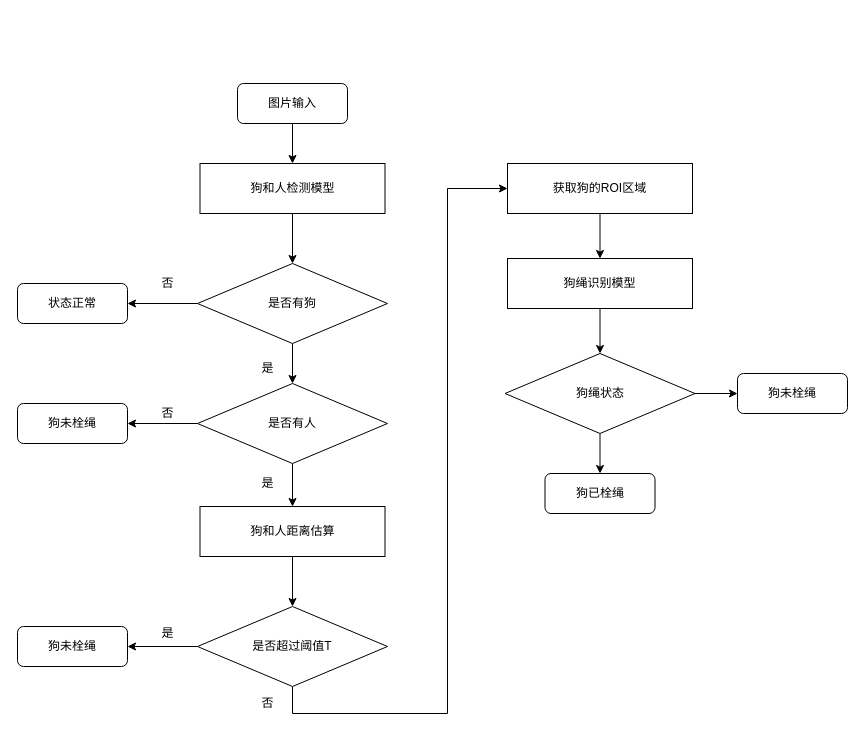
The draw.io diagram 未命名绘图.drawio in Mylszd/drawio, before the edit. Source tidied: cells renumbered, new cells numbered last; positions are measured from the earlier drawing's top-left corner, leaving out a move shared by most shapes. Both pictures are drawn from the tidied source at 100%, with x=0, y=0 at pixel (17, 83).
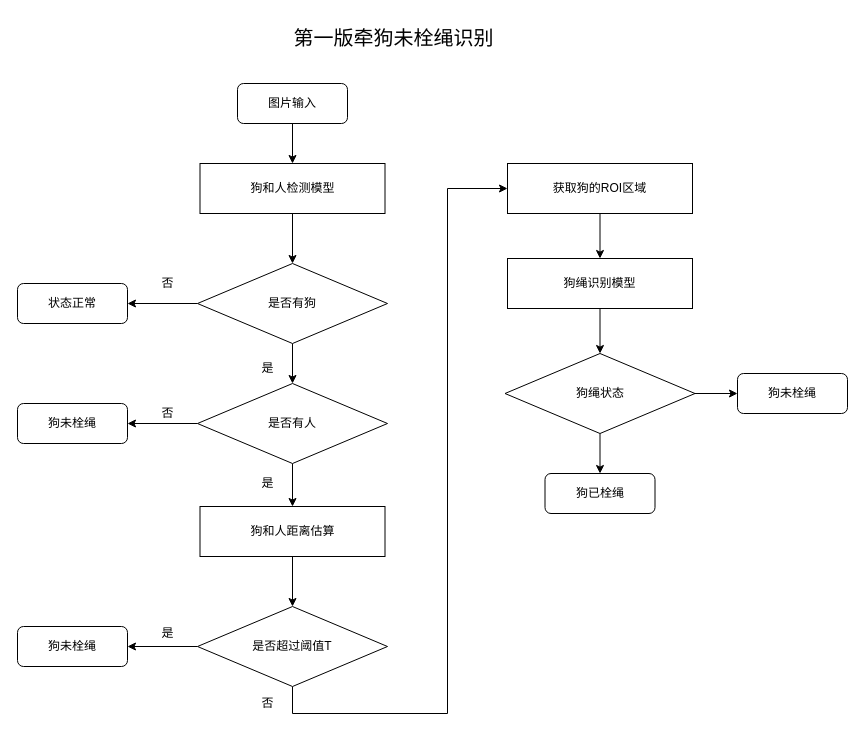
After the change.

The edit, as a diff of the source:
```diff
@@
+    <mxCell id="35" value="第一版牵狗未栓绳识别" style="text;html=1;align=center;verticalAlign=middle;strokeColor=none;fillColor=none;fontSize=20;" parent="1" vertex="1">
+      <mxGeometry x="266" y="-66" width="220" height="40" as="geometry" />
+    </mxCell>
```
